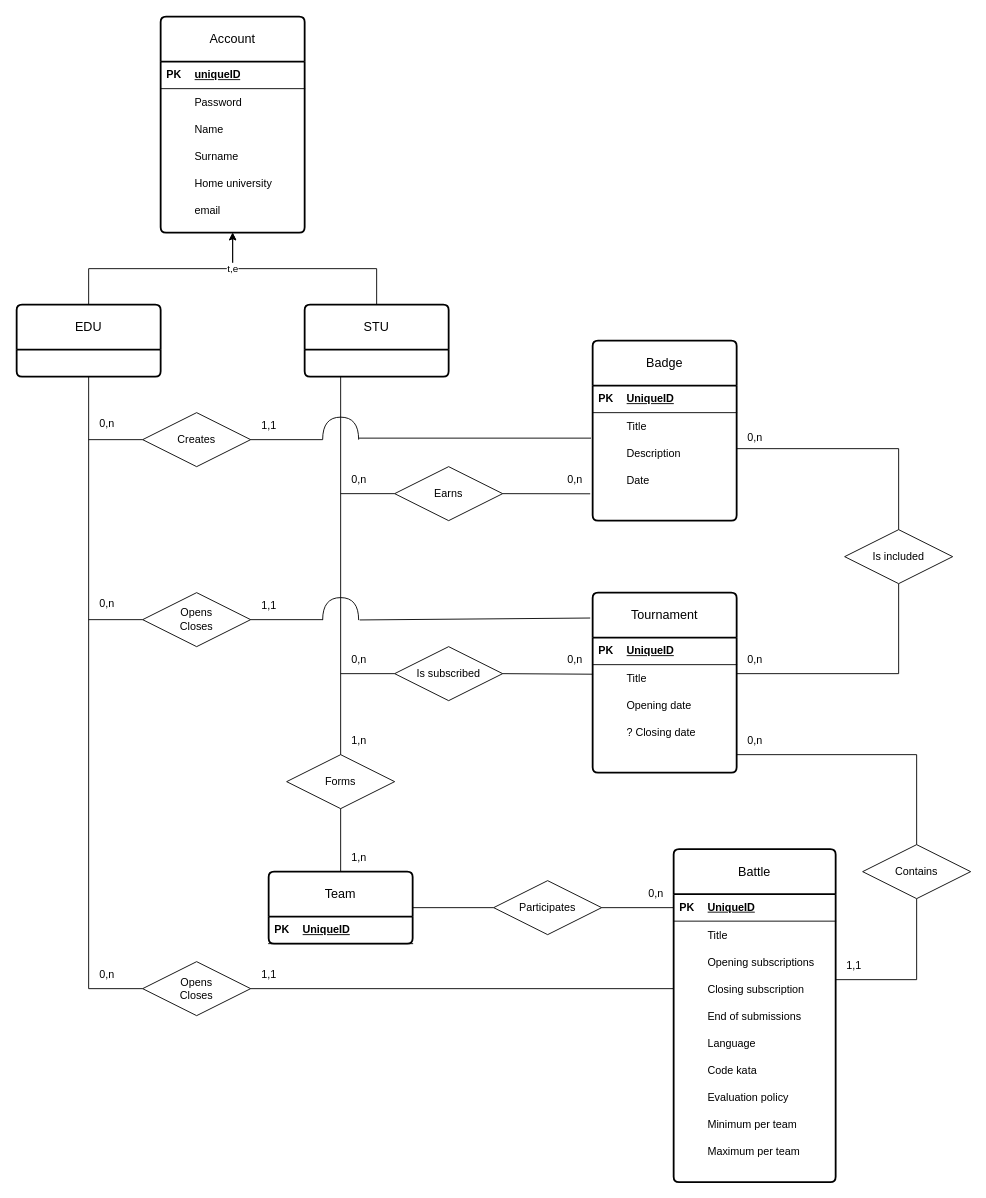
Earlier version of the draw.io diagram page "E-R" (3 of 9) of DD/images/diagrams/chapter2.drawio (pontig/sw-eng-2-PasiniPontiggiaStasi). Source tidied: cells renumbered, new cells numbered last; positions are measured from the earlier drawing's top-left corner, leaving out a move shared by most shapes. Both pictures are drawn from the tidied source at 90%, with x=0, y=0 at pixel (16, 16).
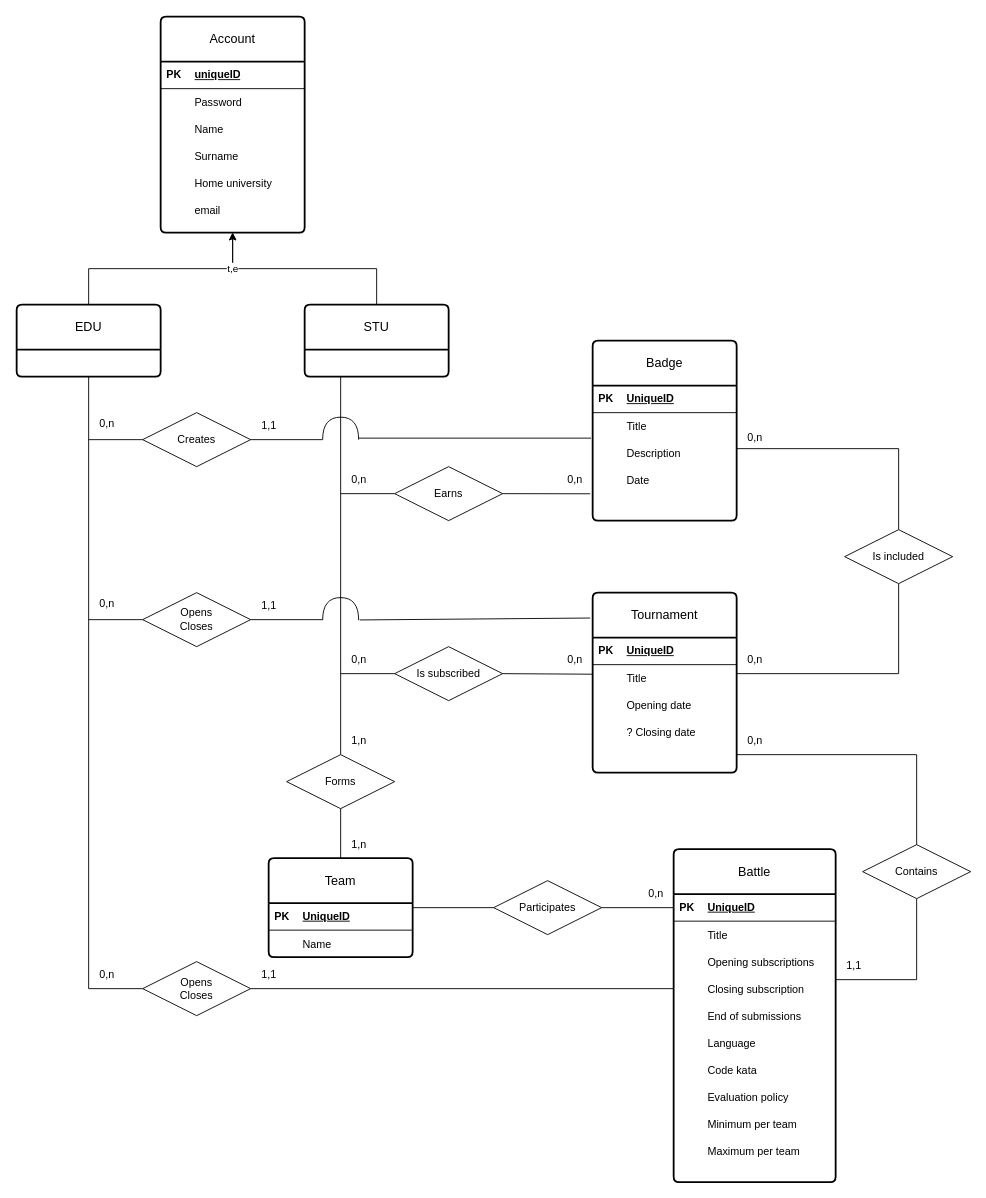
The same page after the edit.

Diff of the diagram source:
```diff
@@
     <mxCell id="92" value="Team" style="swimlane;horizontal=1;startSize=50;rounded=1;fontSize=14;fontStyle=0;strokeWidth=2;shadow=0;dashed=0;align=center;arcSize=4;whiteSpace=wrap;html=1;" parent="1" vertex="1">
-      <mxGeometry x="280" y="950" width="160" height="80" as="geometry" />
+      <mxGeometry x="280" y="935" width="160" height="110" as="geometry" />
     </mxCell>
     <mxCell id="93" style="shape=table;startSize=0;childLayout=tableLayout;rowLines=0;fontStyle=0;align=center;strokeColor=none;fillColor=none;" parent="92" vertex="1">
-      <mxGeometry y="50" width="160" height="30" as="geometry" />
+      <mxGeometry y="50" width="160" height="60" as="geometry" />
     </mxCell>
@@
+    <mxCell id="140" style="shape=tableRow;horizontal=0;startSize=0;swimlaneHead=0;swimlaneBody=0;fillColor=none;top=0;left=0;right=0;bottom=0;" parent="93" vertex="1">
+      <mxGeometry y="30" width="160" height="30" as="geometry" />
+    </mxCell>
+    <mxCell id="141" style="shape=partialRectangle;fillColor=none;top=0;left=0;bottom=0;right=0;overflow=hidden;" parent="140" vertex="1">
+      <mxGeometry width="30" height="30" as="geometry" />
+    </mxCell>
+    <mxCell id="142" value="Name" style="shape=partialRectangle;fillColor=none;top=0;left=0;bottom=0;right=0;align=left;spacingLeft=6;overflow=hidden;" parent="140" vertex="1">
+      <mxGeometry x="30" width="130" height="30" as="geometry" />
+    </mxCell>
@@
     <mxCell id="135" value="1,n" style="text;html=1;align=center;verticalAlign=middle;strokeColor=none;fillColor=none;" parent="1" vertex="1">
-      <mxGeometry x="360" y="920" width="40" height="30" as="geometry" />
+      <mxGeometry x="360" y="905" width="40" height="30" as="geometry" />
     </mxCell>
```
